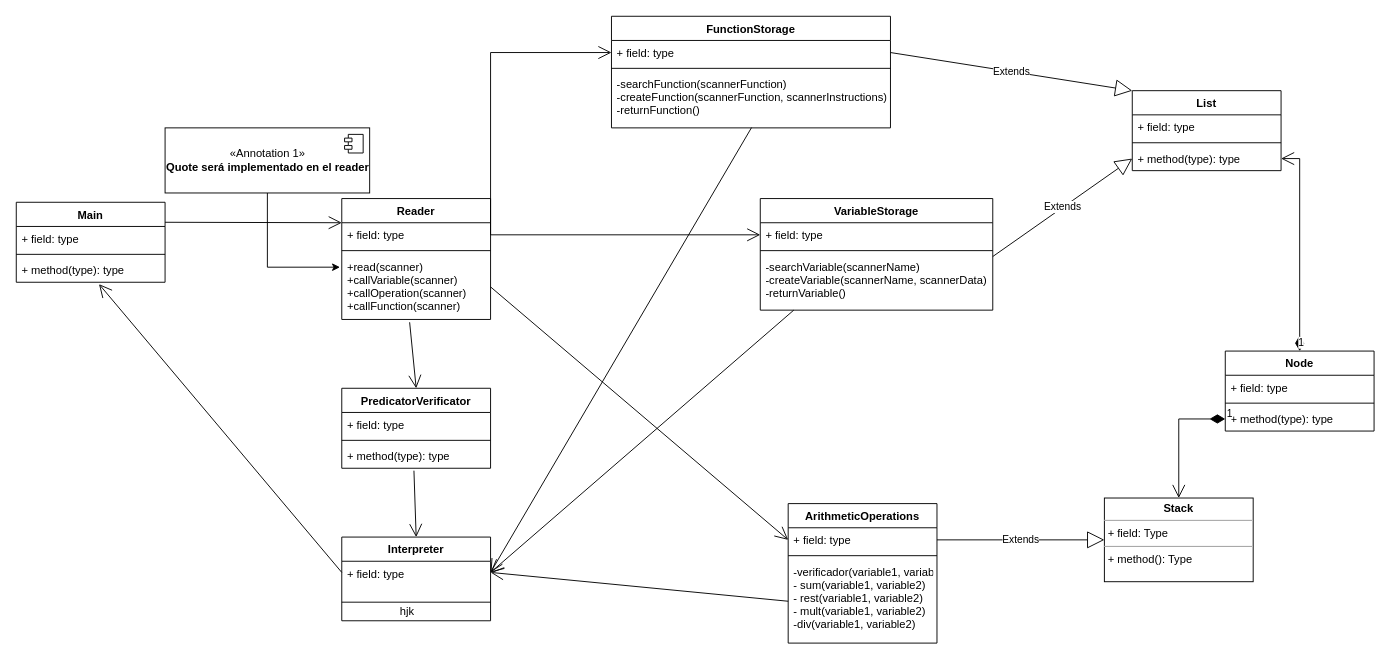
DiggsPapu/Proyect1_Lisp_Interpreter keeps this draw.io diagram as Untitled Diagram.drawio. Above is the earlier version. Source tidied: cells renumbered, new cells numbered last; positions are measured from the earlier drawing's top-left corner, leaving out a move shared by most shapes. Both pictures are drawn from the tidied source at 93%, with x=0, y=0 at pixel (16, 16).
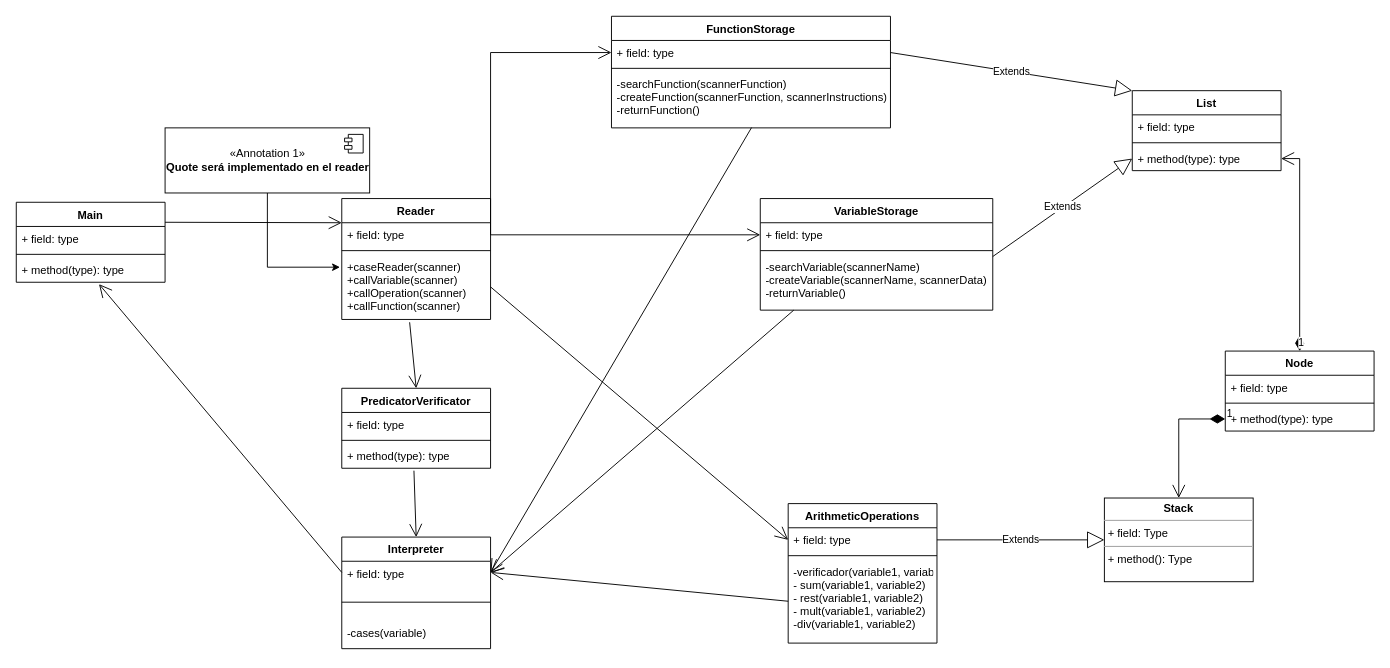
After the change.

The change refers to these unchanged cells:
```xml
<mxCell id="6" value="Reader&#10;" style="swimlane;fontStyle=1;align=center;verticalAlign=top;horizontal=1;startSize=26;" parent="1" vertex="1">
  <mxGeometry x="350" y="196" width="160" height="130" as="geometry" />
</mxCell>
```

Change to the diagram source:
```diff
@@
-    <mxCell id="10" value="+read(scanner)&#10;+callVariable(scanner)&#10;+callOperation(scanner)&#10;+callFunction(scanner)" style="text;strokeColor=none;fillColor=none;align=left;verticalAlign=top;spacingLeft=4;spacingRight=4;overflow=hidden;points=[[0,0.5],[1,0.5]];portConstraint=eastwest;" parent="6" vertex="1">
+    <mxCell id="10" value="+caseReader(scanner)&#10;+callVariable(scanner)&#10;+callOperation(scanner)&#10;+callFunction(scanner)" style="text;strokeColor=none;fillColor=none;align=left;verticalAlign=top;spacingLeft=4;spacingRight=4;overflow=hidden;points=[[0,0.5],[1,0.5]];portConstraint=eastwest;" parent="6" vertex="1">
       <mxGeometry y="60" width="160" height="70" as="geometry" />
     </mxCell>
@@
     <mxCell id="19" value="Interpreter" style="swimlane;fontStyle=1;align=center;verticalAlign=top;horizontal=1;startSize=26;" parent="1" vertex="1">
-      <mxGeometry x="350" y="560" width="160" height="90" as="geometry" />
+      <mxGeometry x="350" y="560" width="160" height="120" as="geometry" />
     </mxCell>
@@
+    <mxCell id="57" value="-cases(variable)&#10;" style="text;strokeColor=none;fillColor=none;align=left;verticalAlign=top;spacingLeft=4;spacingRight=4;overflow=hidden;" parent="19" vertex="1">
+      <mxGeometry y="90" width="160" height="30" as="geometry" />
+    </mxCell>
@@
-    <mxCell id="56" value="hjk" style="text;html=1;align=center;verticalAlign=middle;strokeColor=none;fillColor=none;" parent="1" vertex="1">
-      <mxGeometry x="405" y="630" width="30" height="20" as="geometry" />
-    </mxCell>
```
